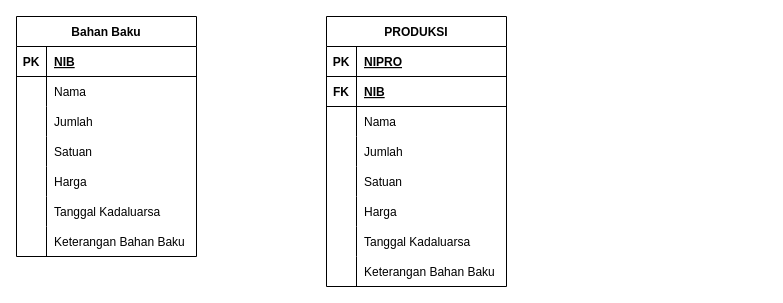
zamzam-mugny/sage.github.io keeps this draw.io diagram as Database Produksi.drawio. Above is the earlier version. Source tidied: cells renumbered, new cells numbered last; positions are measured from the earlier drawing's top-left corner, leaving out a move shared by most shapes. Both pictures are drawn from the tidied source at 100%, with x=0, y=0 at pixel (16, 16).
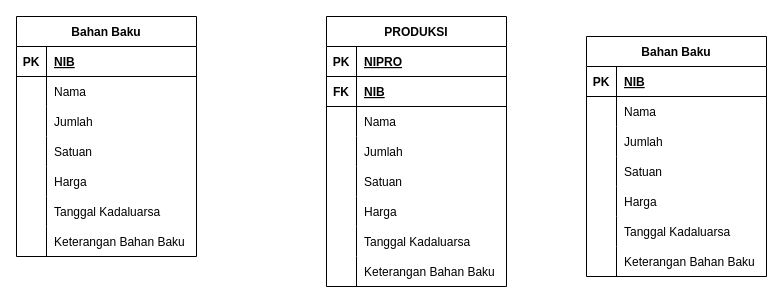
The same page after the edit.

Change to the diagram source:
```diff
@@
+    <mxCell id="49" value="Bahan Baku" style="shape=table;startSize=30;childLayout=tableLayout;rowLines=0;fontStyle=1;align=center;" parent="1" vertex="1">
+      <mxGeometry x="570" y="20" width="180" height="240" as="geometry" />
+    </mxCell>
+    <mxCell id="50" style="shape=tableRow;horizontal=0;startSize=0;swimlaneHead=0;swimlaneBody=0;fillColor=none;top=0;left=0;right=0;bottom=1;" parent="49" vertex="1">
+      <mxGeometry y="30" width="180" height="30" as="geometry" />
+    </mxCell>
+    <mxCell id="51" value="PK" style="shape=partialRectangle;fillColor=none;top=0;left=0;bottom=0;right=0;fontStyle=1;overflow=hidden;" parent="50" vertex="1">
+      <mxGeometry width="30" height="30" as="geometry" />
+    </mxCell>
+    <mxCell id="52" value="NIB" style="shape=partialRectangle;fillColor=none;top=0;left=0;bottom=0;right=0;align=left;spacingLeft=6;fontStyle=5;overflow=hidden;" parent="50" vertex="1">
+      <mxGeometry x="30" width="150" height="30" as="geometry" />
+    </mxCell>
+    <mxCell id="53" style="shape=tableRow;horizontal=0;startSize=0;swimlaneHead=0;swimlaneBody=0;fillColor=none;top=0;left=0;right=0;bottom=0;" parent="49" vertex="1">
+      <mxGeometry y="60" width="180" height="30" as="geometry" />
+    </mxCell>
+    <mxCell id="54" style="shape=partialRectangle;fillColor=none;top=0;left=0;bottom=0;right=0;overflow=hidden;" parent="53" vertex="1">
+      <mxGeometry width="30" height="30" as="geometry" />
+    </mxCell>
+    <mxCell id="55" value="Nama" style="shape=partialRectangle;fillColor=none;top=0;left=0;bottom=0;right=0;align=left;spacingLeft=6;overflow=hidden;" parent="53" vertex="1">
+      <mxGeometry x="30" width="150" height="30" as="geometry" />
+    </mxCell>
+    <mxCell id="56" style="shape=tableRow;horizontal=0;startSize=0;swimlaneHead=0;swimlaneBody=0;fillColor=none;top=0;left=0;right=0;bottom=0;" parent="49" vertex="1">
+      <mxGeometry y="90" width="180" height="30" as="geometry" />
+    </mxCell>
+    <mxCell id="57" style="shape=partialRectangle;fillColor=none;top=0;left=0;bottom=0;right=0;overflow=hidden;" parent="56" vertex="1">
+      <mxGeometry width="30" height="30" as="geometry" />
+    </mxCell>
+    <mxCell id="58" value="Jumlah" style="shape=partialRectangle;fillColor=none;top=0;left=0;bottom=0;right=0;align=left;spacingLeft=6;overflow=hidden;" parent="56" vertex="1">
+      <mxGeometry x="30" width="150" height="30" as="geometry" />
+    </mxCell>
+    <mxCell id="59" style="shape=tableRow;horizontal=0;startSize=0;swimlaneHead=0;swimlaneBody=0;fillColor=none;top=0;left=0;right=0;bottom=0;" parent="49" vertex="1">
+      <mxGeometry y="120" width="180" height="30" as="geometry" />
+    </mxCell>
+    <mxCell id="60" style="shape=partialRectangle;fillColor=none;top=0;left=0;bottom=0;right=0;overflow=hidden;" parent="59" vertex="1">
+      <mxGeometry width="30" height="30" as="geometry" />
+    </mxCell>
+    <mxCell id="61" value="Satuan" style="shape=partialRectangle;fillColor=none;top=0;left=0;bottom=0;right=0;align=left;spacingLeft=6;overflow=hidden;" parent="59" vertex="1">
+      <mxGeometry x="30" width="150" height="30" as="geometry" />
+    </mxCell>
+    <mxCell id="62" style="shape=tableRow;horizontal=0;startSize=0;swimlaneHead=0;swimlaneBody=0;fillColor=none;top=0;left=0;right=0;bottom=0;" parent="49" vertex="1">
+      <mxGeometry y="150" width="180" height="30" as="geometry" />
+    </mxCell>
+    <mxCell id="63" style="shape=partialRectangle;fillColor=none;top=0;left=0;bottom=0;right=0;overflow=hidden;" parent="62" vertex="1">
+      <mxGeometry width="30" height="30" as="geometry" />
+    </mxCell>
+    <mxCell id="64" value="Harga" style="shape=partialRectangle;fillColor=none;top=0;left=0;bottom=0;right=0;align=left;spacingLeft=6;overflow=hidden;" parent="62" vertex="1">
+      <mxGeometry x="30" width="150" height="30" as="geometry" />
+    </mxCell>
+    <mxCell id="65" style="shape=tableRow;horizontal=0;startSize=0;swimlaneHead=0;swimlaneBody=0;fillColor=none;top=0;left=0;right=0;bottom=0;" parent="49" vertex="1">
+      <mxGeometry y="180" width="180" height="30" as="geometry" />
+    </mxCell>
+    <mxCell id="66" style="shape=partialRectangle;fillColor=none;top=0;left=0;bottom=0;right=0;overflow=hidden;" parent="65" vertex="1">
+      <mxGeometry width="30" height="30" as="geometry" />
+    </mxCell>
+    <mxCell id="67" value="Tanggal Kadaluarsa" style="shape=partialRectangle;fillColor=none;top=0;left=0;bottom=0;right=0;align=left;spacingLeft=6;overflow=hidden;" parent="65" vertex="1">
+      <mxGeometry x="30" width="150" height="30" as="geometry" />
+    </mxCell>
+    <mxCell id="68" style="shape=tableRow;horizontal=0;startSize=0;swimlaneHead=0;swimlaneBody=0;fillColor=none;top=0;left=0;right=0;bottom=0;" parent="49" vertex="1">
+      <mxGeometry y="210" width="180" height="30" as="geometry" />
+    </mxCell>
+    <mxCell id="69" style="shape=partialRectangle;fillColor=none;top=0;left=0;bottom=0;right=0;overflow=hidden;" parent="68" vertex="1">
+      <mxGeometry width="30" height="30" as="geometry" />
+    </mxCell>
+    <mxCell id="70" value="Keterangan Bahan Baku" style="shape=partialRectangle;fillColor=none;top=0;left=0;bottom=0;right=0;align=left;spacingLeft=6;overflow=hidden;" parent="68" vertex="1">
+      <mxGeometry x="30" width="150" height="30" as="geometry" />
+    </mxCell>
```
